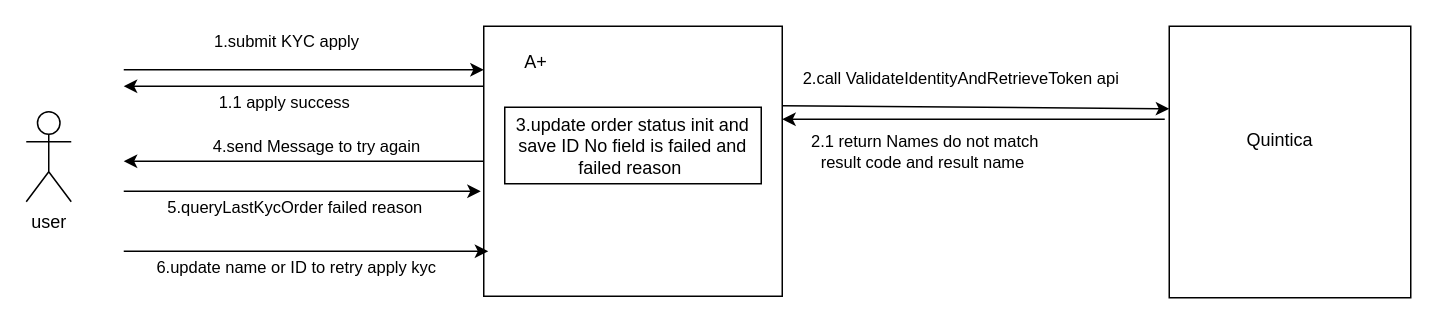
renqiuming/drawio keeps this draw.io diagram as 钱包会员.drawio. Above is the earlier version. Source tidied: cells renumbered, new cells numbered last; positions are measured from the earlier drawing's top-left corner, leaving out a move shared by most shapes. Both pictures are drawn from the tidied source at 150%, with x=0, y=0 at pixel (26, 26).
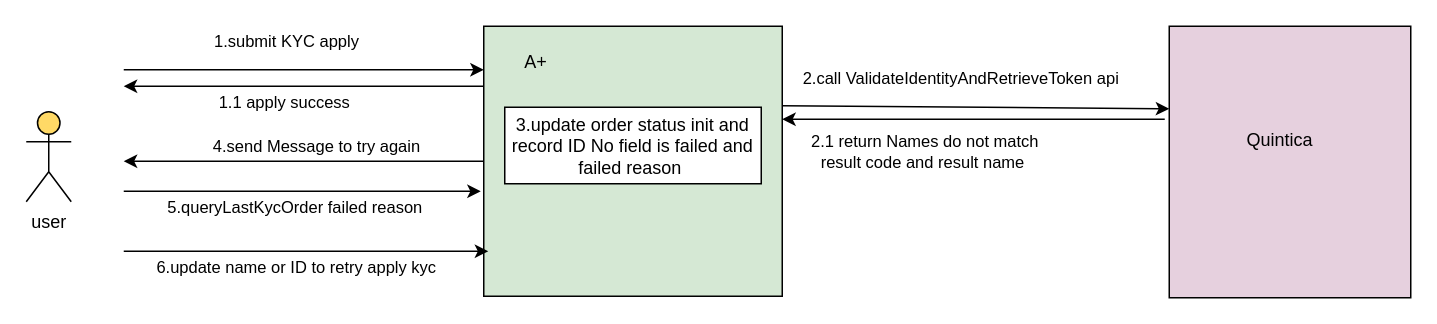
The same diagram, later.

Commit message (it also covers changes not shown here):
更新钱包会员.drawio

Diff of the diagram source:
```diff
@@
-    <mxCell id="2" style="rounded=0;whiteSpace=wrap;html=1;" parent="1" vertex="1">
+    <mxCell id="2" style="rounded=0;whiteSpace=wrap;html=1;fillColor=#D5E8D4;" parent="1" vertex="1">
       <mxGeometry x="305" width="199" height="180" as="geometry" />
     </mxCell>
-    <mxCell id="3" value="user" style="shape=umlActor;verticalLabelPosition=bottom;verticalAlign=top;html=1;" parent="1" vertex="1">
+    <mxCell id="3" value="user" style="shape=umlActor;verticalLabelPosition=bottom;verticalAlign=top;html=1;fillColor=#FFD966;" parent="1" vertex="1">
       <mxGeometry y="57" width="30" height="60" as="geometry" />
     </mxCell>
-    <mxCell id="4" style="rounded=0;whiteSpace=wrap;html=1;" parent="1" vertex="1">
+    <mxCell id="4" style="rounded=0;whiteSpace=wrap;html=1;fillColor=#E6D0DE;" parent="1" vertex="1">
       <mxGeometry x="762" width="161" height="181" as="geometry" />
     </mxCell>
@@
-    <mxCell id="13" value="3.update order status init and save ID No field is failed and failed reason&amp;nbsp;" style="rounded=0;whiteSpace=wrap;html=1;" parent="1" vertex="1">
+    <mxCell id="13" value="3.update order status init and record ID No field is failed and failed reason&amp;nbsp;" style="rounded=0;whiteSpace=wrap;html=1;" parent="1" vertex="1">
       <mxGeometry x="319" y="54" width="171" height="51" as="geometry" />
     </mxCell>
```
